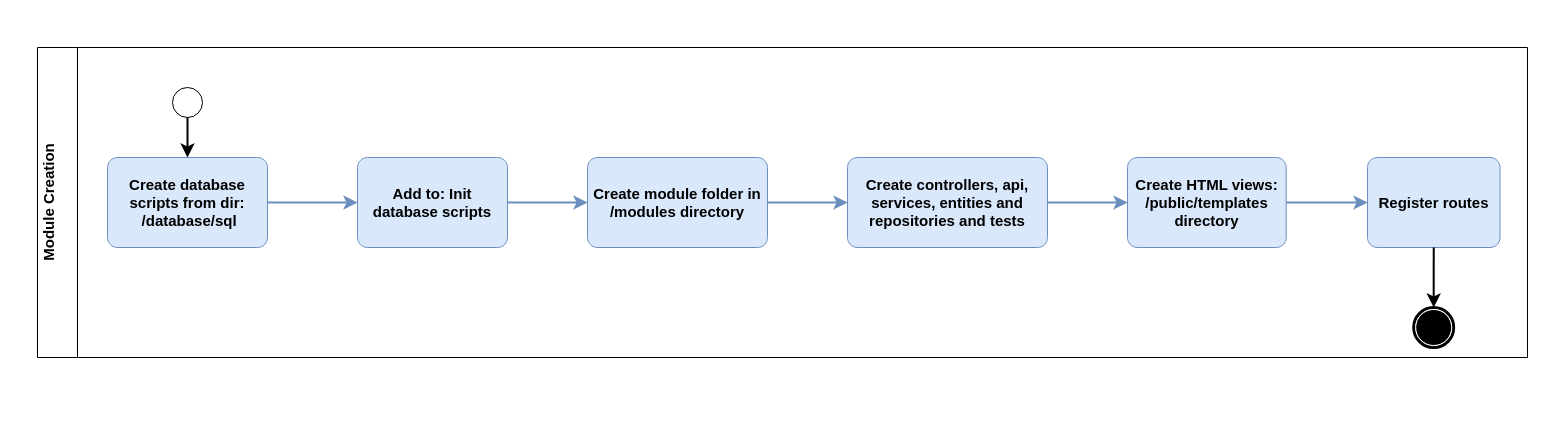
ortizdavid/golang-modular-software keeps this draw.io diagram as page "Module Creation" (1 of 12) of docs/_diagrams/Golang-Modular-Software.drawio. Above is the earlier version. Source tidied: cells renumbered, new cells numbered last; positions are measured from the earlier drawing's top-left corner, leaving out a move shared by most shapes. Both pictures are drawn from the tidied source at 100%, with x=0, y=0 at pixel (37, 47).
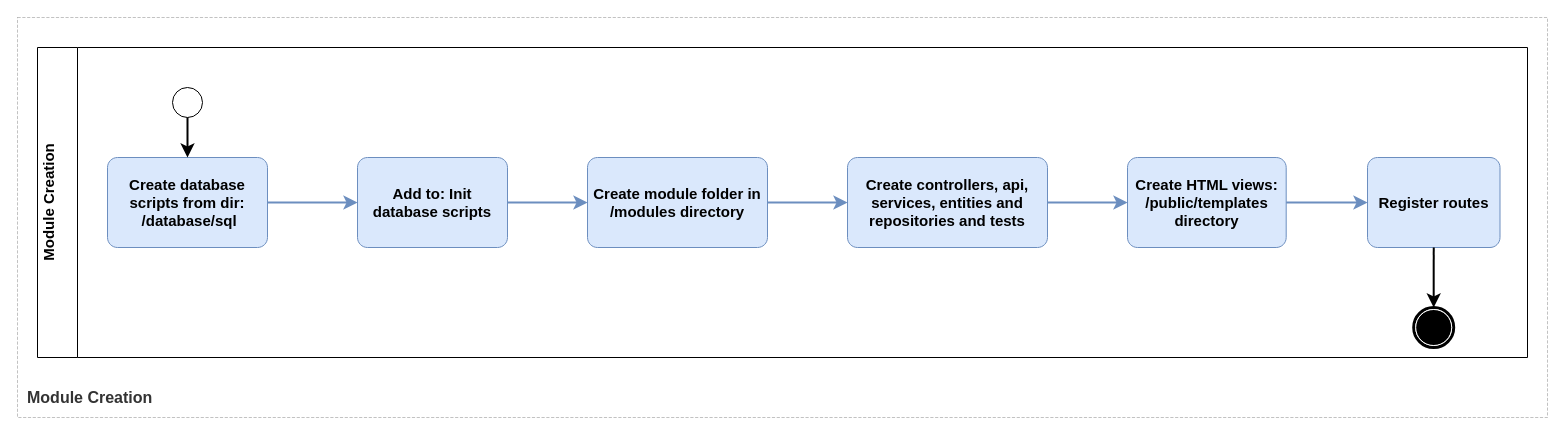
After the change.

Diff of the diagram source:
```diff
@@
+    <object id="19" label="&lt;font style=&quot;font-size: 16px&quot;&gt;&lt;b&gt;&lt;div style=&quot;text-align: left&quot;&gt;%c4Name%&lt;/div&gt;&lt;/b&gt;&lt;/font&gt;&lt;div style=&quot;text-align: left&quot;&gt;&lt;/div&gt;" c4Name="Module Creation" placeholders="1">
+      <mxCell style="rounded=0;fontSize=11;whiteSpace=wrap;html=1;dashed=1;arcSize=20;fillColor=none;strokeColor=#666666;fontColor=#333333;labelBackgroundColor=none;align=left;verticalAlign=bottom;labelBorderColor=none;spacingTop=0;spacing=10;dashPattern=8 4;perimeter=rectanglePerimeter;noLabel=0;labelPadding=0;absoluteArcSize=1;strokeWidth=0.4;" parent="1" vertex="1">
+        <mxGeometry x="-20" y="-30" width="1530" height="400" as="geometry" />
+      </mxCell>
+    </object>
```
